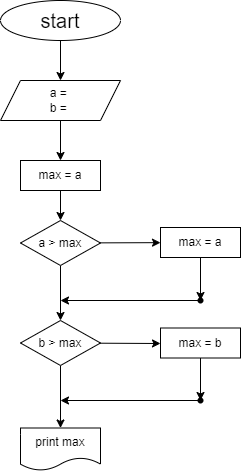
Before: Exersize001/diagram.drawio.png, a diagram exported from draw.io (YuVasilya/Home_work_1). Source tidied: cells renumbered, new cells last; positions are measured from the earlier drawing's top-left corner, leaving out a move shared by most shapes.
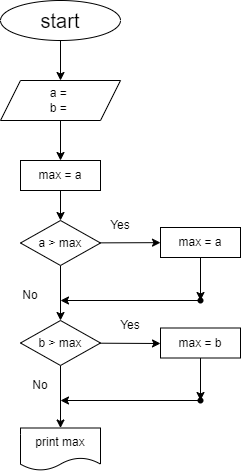
Above is the later version.

Change to the diagram source:
```diff
@@ -71,5 +71,17 @@
     <mxCell id="22" style="shape=waypoint;sketch=0;size=6;points=[];fillColor=default;perimeter=centerPerimeter;snapToPoint=1;" parent="1" vertex="1">
       <mxGeometry x="180" y="380" width="40" height="40" as="geometry" />
     </mxCell>
+    <mxCell id="23" value="Yes" style="text;html=1;strokeColor=none;fillColor=none;align=center;verticalAlign=middle;whiteSpace=wrap;rounded=0;" parent="1" vertex="1">
+      <mxGeometry x="90" y="210" width="60" height="30" as="geometry" />
+    </mxCell>
+    <mxCell id="24" value="Yes" style="text;html=1;strokeColor=none;fillColor=none;align=center;verticalAlign=middle;whiteSpace=wrap;rounded=0;" parent="1" vertex="1">
+      <mxGeometry x="100" y="310" width="60" height="30" as="geometry" />
+    </mxCell>
+    <mxCell id="25" value="No" style="text;html=1;strokeColor=none;fillColor=none;align=center;verticalAlign=middle;whiteSpace=wrap;rounded=0;" parent="1" vertex="1">
+      <mxGeometry x="10" y="370" width="60" height="30" as="geometry" />
+    </mxCell>
+    <mxCell id="26" value="No" style="text;html=1;strokeColor=none;fillColor=none;align=center;verticalAlign=middle;whiteSpace=wrap;rounded=0;" parent="1" vertex="1">
+      <mxGeometry y="280" width="60" height="30" as="geometry" />
+    </mxCell>
   </root>
 </mxGraphModel>
```
